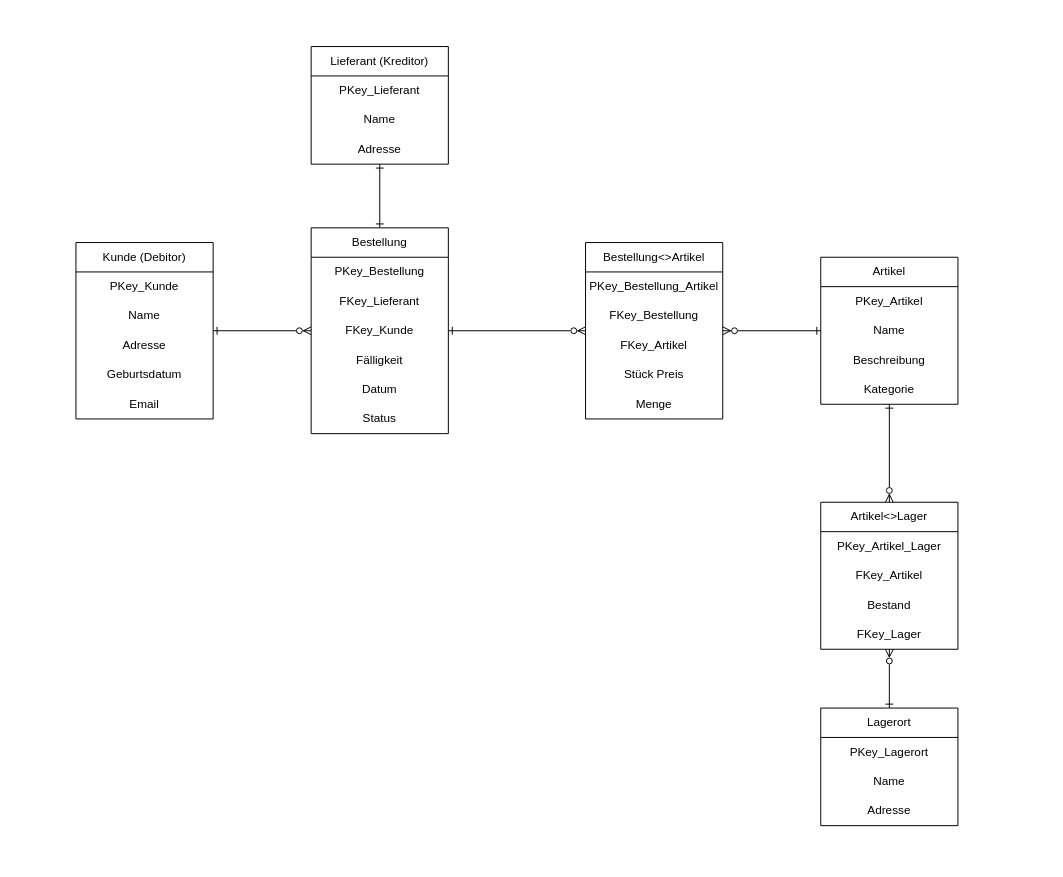
Before: doc/ERD.drawio in domirohner/erp, a draw.io diagram. Source tidied: cells renumbered, new cells numbered last; positions are measured from the earlier drawing's top-left corner, leaving out a move shared by most shapes. Both pictures are drawn from the tidied source at 98%, with x=0, y=0 at pixel (75, 46).
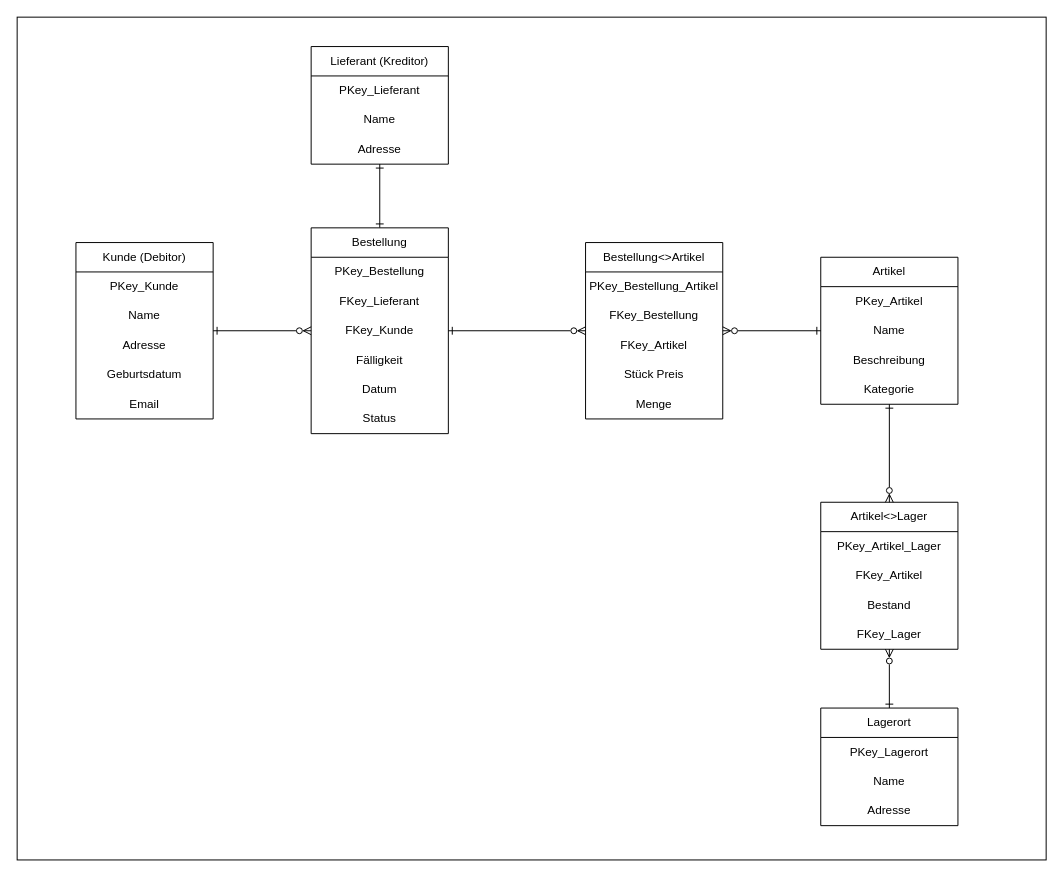
Above is the later version.

Diff of the diagram source:
```diff
@@
+    <mxCell id="45" style="rounded=0;whiteSpace=wrap;html=1;" parent="1" vertex="1">
+      <mxGeometry x="-60" y="-30" width="1050" height="860" as="geometry" />
+    </mxCell>
```
